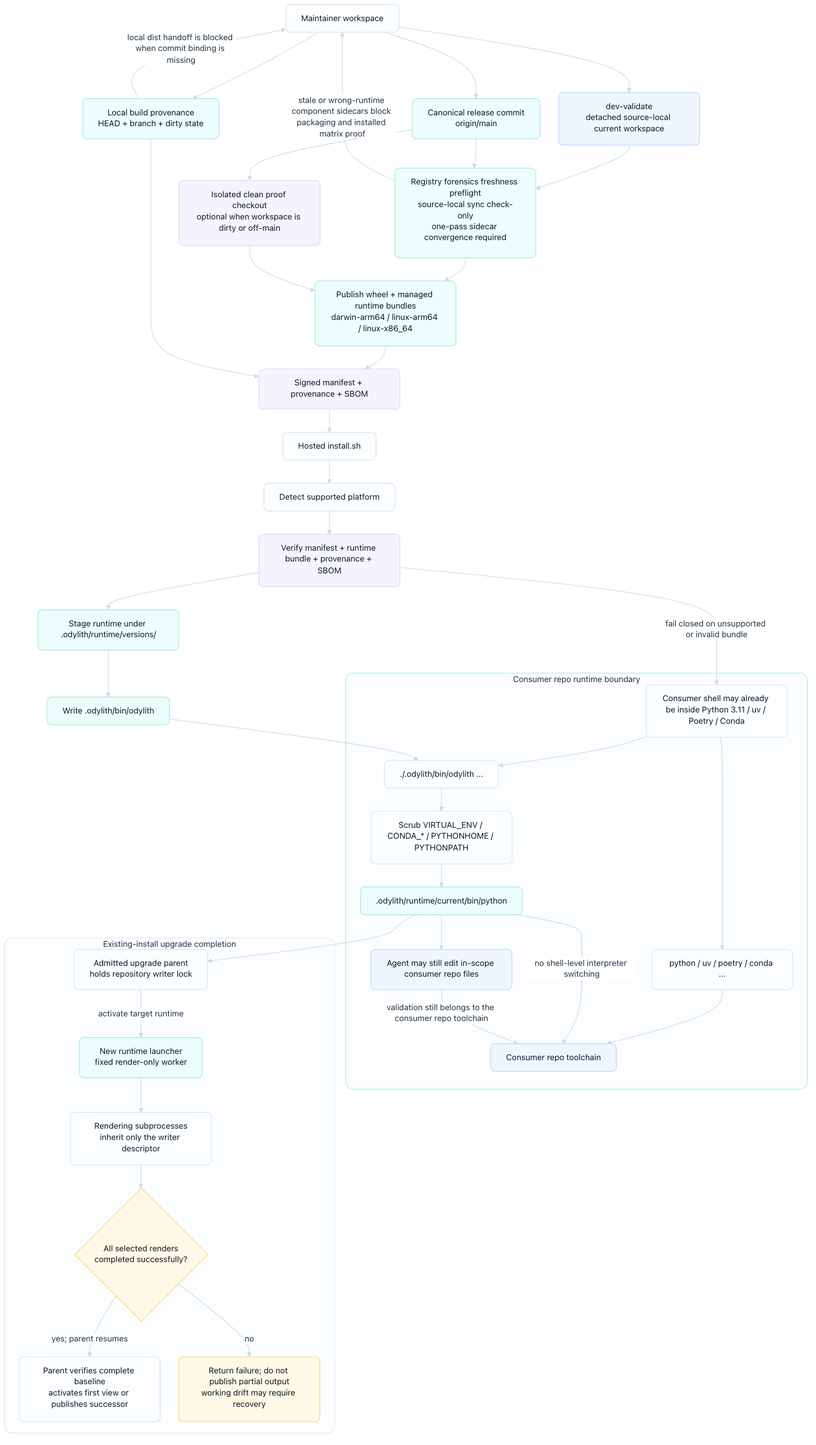
This is odylith/atlas/source/odylith-managed-runtime-release-and-install-flow.png from odylith/odylith, a Mermaid export, as it was before one commit. Its source is kept beside it as odylith/atlas/source/odylith-managed-runtime-release-and-install-flow.mmd.
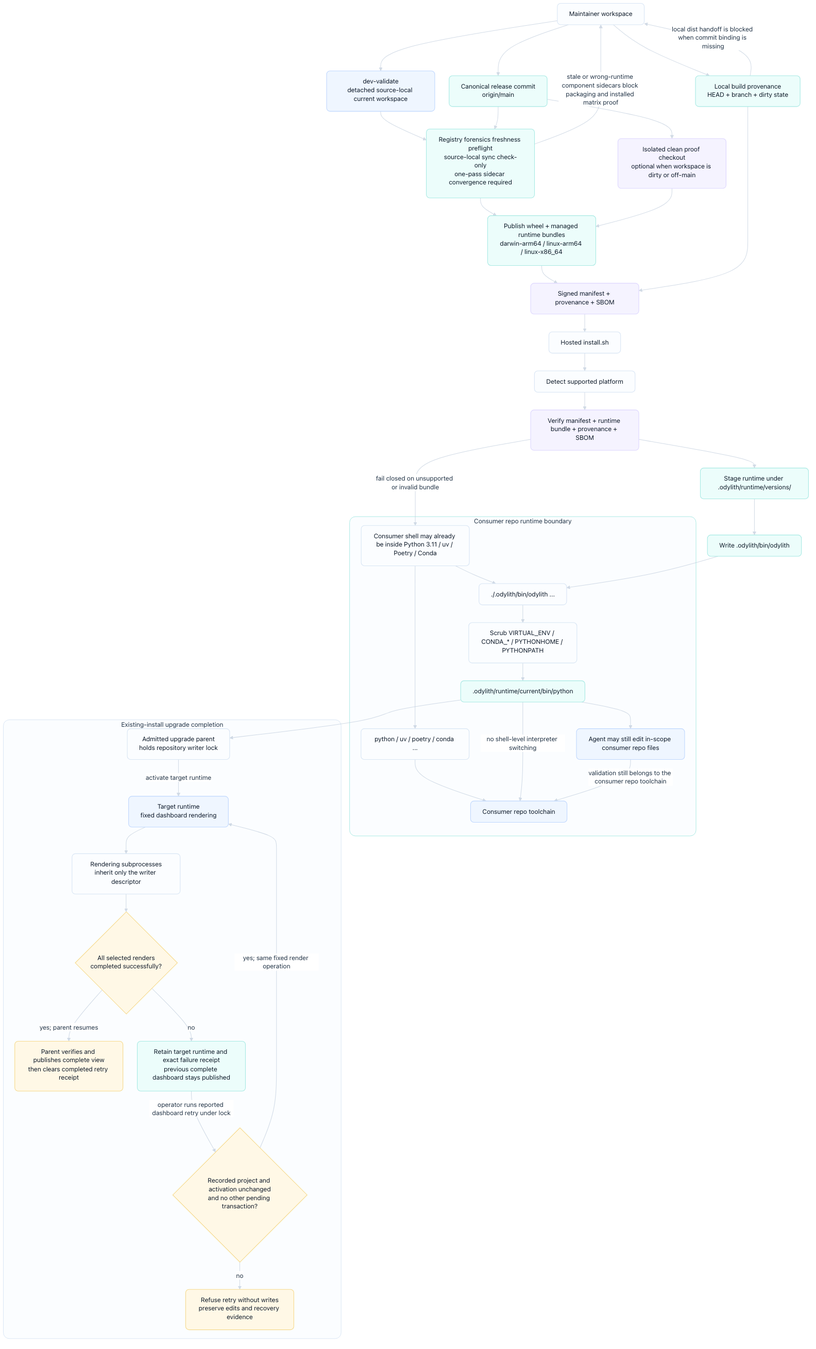
Above is the later version.

The edit, as a diff of the source:
```diff
@@ -25,11 +25,13 @@
 
     subgraph upgrade_completion["Existing-install upgrade completion"]
         upgrade_parent["Admitted upgrade parent<br/>holds repository writer lock"]
-        target_render["New runtime launcher<br/>fixed render-only worker"]
+        target_render["Target runtime<br/>fixed dashboard rendering"]
         render_leaves["Rendering subprocesses<br/>inherit only the writer descriptor"]
         complete_render{"All selected renders<br/>completed successfully?"}
-        publish_ready["Parent verifies complete baseline<br/>activates first view or publishes successor"]
-        render_failure["Return failure; do not publish partial output<br/>working drift may require recovery"]
+        publish_ready["Parent verifies and publishes complete view<br/>then clears completed retry receipt"]
+        render_failure["Retain target runtime and exact failure receipt<br/>previous complete dashboard stays published"]
+        retry_check{"Recorded project and activation unchanged<br/>and no other pending transaction?"}
+        retry_refused["Refuse retry without writes<br/>preserve edits and recovery evidence"]
     end
 
     maintainer --> canonical
@@ -53,6 +55,9 @@
     render_leaves --> complete_render
     complete_render -->|yes; parent resumes| publish_ready
     complete_render -->|no| render_failure
+    render_failure -->|operator runs reported dashboard retry under lock| retry_check
+    retry_check -->|yes; same fixed render operation| target_render
+    retry_check -->|no| retry_refused
 
     shell --> odylith_cmd
     shell --> consumer_cmd
```
